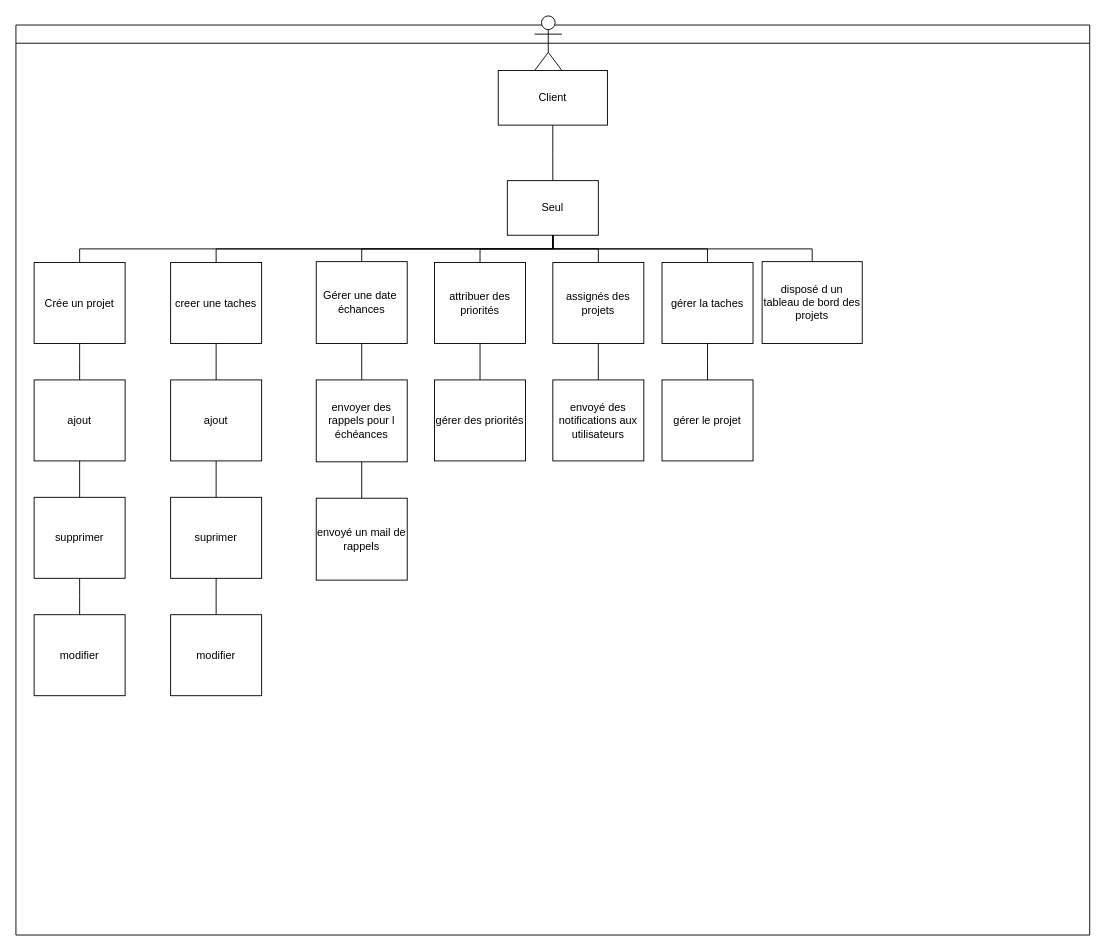
Before: page "seul" (2 of 6) of scénario_projet_a_terminer.drawio in Nazkull/gestionnaire-de-tache, a draw.io diagram. Source tidied: cells renumbered, new cells numbered last; positions are measured from the earlier drawing's top-left corner, leaving out a move shared by most shapes. Both pictures are drawn from the tidied source at 91%, with x=0, y=0 at pixel (15, 15).
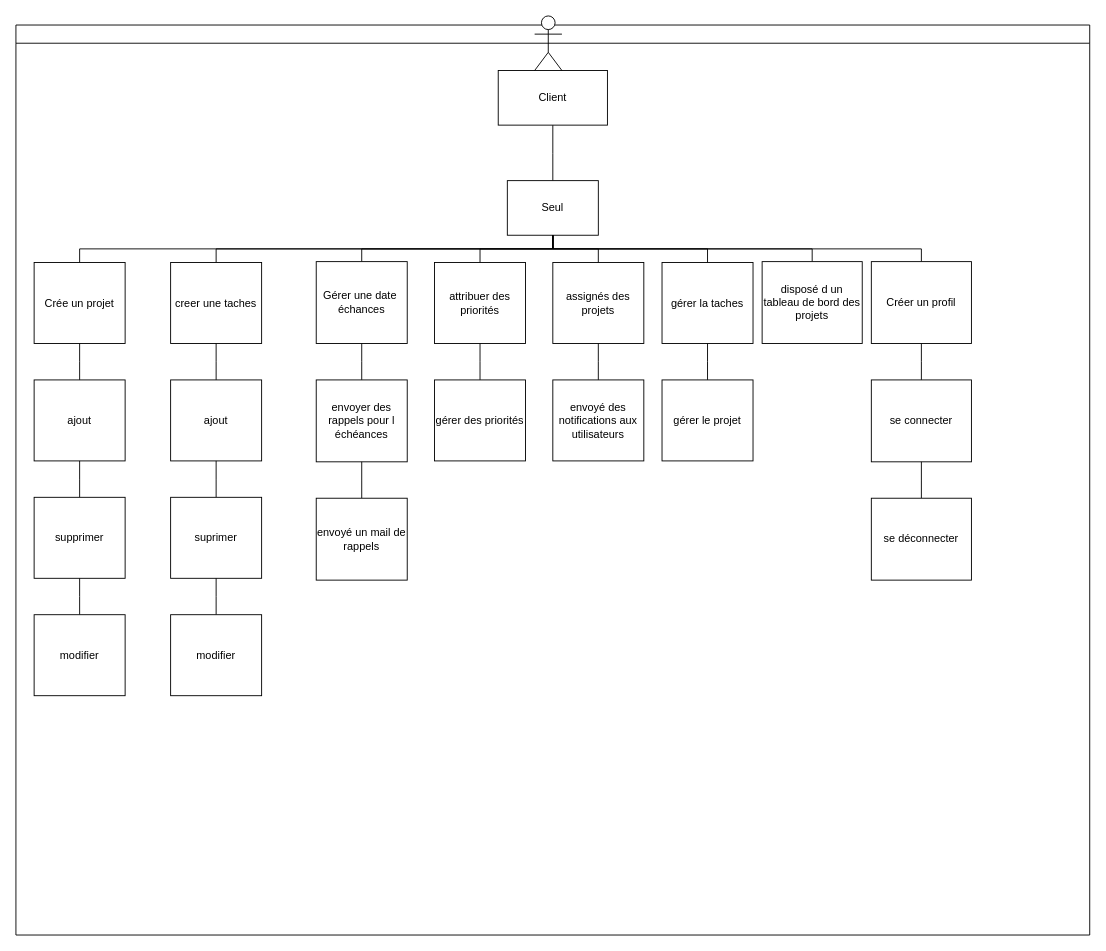
Above is the later version.

Unchanged cells that the change refers to:
```xml
<mxCell id="2" style="swimlane;startSize=20;horizontal=1;containerType=tree;newEdgeStyle={&quot;edgeStyle&quot;:&quot;elbowEdgeStyle&quot;,&quot;startArrow&quot;:&quot;none&quot;,&quot;endArrow&quot;:&quot;none&quot;};" parent="1" vertex="1">
  <mxGeometry y="10" width="1180" height="1000" as="geometry" />
</mxCell>
<mxCell id="5" value="Seul" style="whiteSpace=wrap;html=1;align=center;verticalAlign=middle;newEdgeStyle={&quot;edgeStyle&quot;:&quot;elbowEdgeStyle&quot;,&quot;startArrow&quot;:&quot;none&quot;,&quot;endArrow&quot;:&quot;none&quot;};" parent="2" vertex="1">
  <mxGeometry x="540" y="171" width="100" height="60" as="geometry" />
</mxCell>
```

What changed in the source:
```diff
@@
+    <mxCell id="45" style="edgeStyle=elbowEdgeStyle;elbow=vertical;sourcePerimeterSpacing=0;targetPerimeterSpacing=0;startArrow=none;endArrow=none;rounded=0;curved=0;" parent="2" edge="1" source="5" target="46">
+      <mxGeometry relative="1" as="geometry" />
+    </mxCell>
+    <mxCell id="46" value="Créer un profil" style="whiteSpace=wrap;html=1;align=center;verticalAlign=middle;newEdgeStyle={&quot;edgeStyle&quot;:&quot;elbowEdgeStyle&quot;,&quot;startArrow&quot;:&quot;none&quot;,&quot;endArrow&quot;:&quot;none&quot;};" parent="2" vertex="1">
+      <mxGeometry x="940" y="260" width="110" height="90" as="geometry" />
+    </mxCell>
+    <mxCell id="47" style="edgeStyle=elbowEdgeStyle;elbow=vertical;sourcePerimeterSpacing=0;targetPerimeterSpacing=0;startArrow=none;endArrow=none;rounded=0;curved=0;" parent="2" edge="1" source="46" target="48">
+      <mxGeometry relative="1" as="geometry" />
+    </mxCell>
+    <mxCell id="48" value="se connecter" style="whiteSpace=wrap;html=1;align=center;verticalAlign=middle;newEdgeStyle={&quot;edgeStyle&quot;:&quot;elbowEdgeStyle&quot;,&quot;startArrow&quot;:&quot;none&quot;,&quot;endArrow&quot;:&quot;none&quot;};" parent="2" vertex="1">
+      <mxGeometry x="940" y="390" width="110" height="90" as="geometry" />
+    </mxCell>
+    <mxCell id="49" style="edgeStyle=elbowEdgeStyle;elbow=vertical;sourcePerimeterSpacing=0;targetPerimeterSpacing=0;startArrow=none;endArrow=none;rounded=0;curved=0;" parent="2" edge="1" source="48" target="50">
+      <mxGeometry relative="1" as="geometry" />
+    </mxCell>
+    <mxCell id="50" value="se déconnecter" style="whiteSpace=wrap;html=1;align=center;verticalAlign=middle;newEdgeStyle={&quot;edgeStyle&quot;:&quot;elbowEdgeStyle&quot;,&quot;startArrow&quot;:&quot;none&quot;,&quot;endArrow&quot;:&quot;none&quot;};" parent="2" vertex="1">
+      <mxGeometry x="940" y="520" width="110" height="90" as="geometry" />
+    </mxCell>
```
